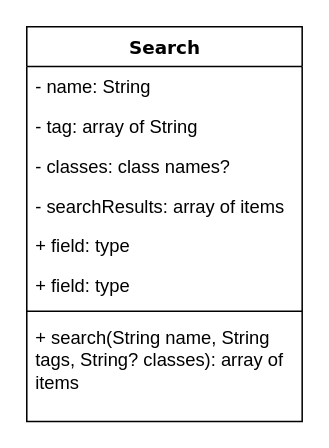
Earlier version of the draw.io diagram Search.drawio (domzerchi/csci-1082-final). Source tidied: cells renumbered, new cells numbered last; positions are measured from the earlier drawing's top-left corner, leaving out a move shared by most shapes. Both pictures are drawn from the tidied source at 153%, with x=0, y=0 at pixel (26, 26).
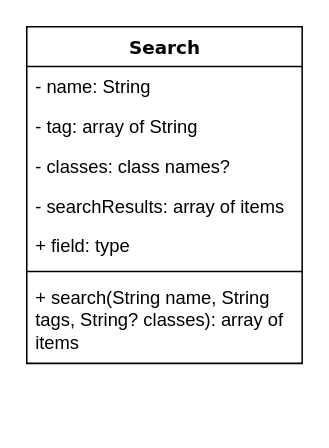
Above is the later version.

Diff of the diagram source:
```diff
@@
 <mxGraphModel background="#ffffff">
   <root>
     <mxCell id="0" />
     <mxCell id="1" parent="0" />
     <mxCell id="2" value="Search" style="swimlane;html=1;fontStyle=1;align=center;verticalAlign=top;horizontal=1;startSize=26;swimlaneFillColor=#ffffff;rounded=0;shadow=0;comic=0;labelBackgroundColor=none;strokeColor=#000000;strokeWidth=1;fillColor=none;fontFamily=Verdana;fontSize=12;fontColor=#000000;" parent="1" vertex="1">
-      <mxGeometry width="180" height="258" as="geometry" />
+      <mxGeometry width="180" height="220" as="geometry" />
     </mxCell>
     <mxCell id="3" value="- name: String" style="text;html=1;strokeColor=none;fillColor=none;align=left;verticalAlign=top;spacingLeft=4;spacingRight=4;whiteSpace=wrap;overflow=hidden;" parent="2" vertex="1">
       <mxGeometry y="26" width="180" height="26" as="geometry" />
     </mxCell>
     <mxCell id="4" value="- tag: array of String" style="text;html=1;strokeColor=none;fillColor=none;align=left;verticalAlign=top;spacingLeft=4;spacingRight=4;whiteSpace=wrap;overflow=hidden;" parent="2" vertex="1">
       <mxGeometry y="52" width="180" height="26" as="geometry" />
     </mxCell>
     <mxCell id="5" value="- classes: class names?" style="text;html=1;strokeColor=none;fillColor=none;align=left;verticalAlign=top;spacingLeft=4;spacingRight=4;whiteSpace=wrap;overflow=hidden;" parent="2" vertex="1">
       <mxGeometry y="78" width="180" height="26" as="geometry" />
     </mxCell>
     <mxCell id="6" value="- searchResults: array of items" style="text;html=1;strokeColor=none;fillColor=none;align=left;verticalAlign=top;spacingLeft=4;spacingRight=4;whiteSpace=wrap;overflow=hidden;" parent="2" vertex="1">
       <mxGeometry y="104" width="180" height="26" as="geometry" />
     </mxCell>
     <mxCell id="7" value="+ field: type" style="text;html=1;strokeColor=none;fillColor=none;align=left;verticalAlign=top;spacingLeft=4;spacingRight=4;whiteSpace=wrap;overflow=hidden;" parent="2" vertex="1">
       <mxGeometry y="130" width="180" height="26" as="geometry" />
     </mxCell>
-    <mxCell id="8" value="+ field: type" style="text;html=1;strokeColor=none;fillColor=none;align=left;verticalAlign=top;spacingLeft=4;spacingRight=4;whiteSpace=wrap;overflow=hidden;" parent="2" vertex="1">
-      <mxGeometry y="156" width="180" height="26" as="geometry" />
-    </mxCell>
     <mxCell id="9" style="line;html=1;strokeWidth=1;fillColor=none;align=left;verticalAlign=middle;spacingTop=-1;spacingLeft=3;spacingRight=3;labelPosition=right;" parent="2" vertex="1">
-      <mxGeometry y="182" width="180" height="8" as="geometry" />
+      <mxGeometry y="156" width="180" height="8" as="geometry" />
     </mxCell>
     <mxCell id="10" value="&lt;div&gt;+ search(String name, String tags, String? classes): array of items&lt;/div&gt;&lt;div&gt;&lt;br&gt;&lt;/div&gt;" style="text;html=1;strokeColor=none;fillColor=none;align=left;verticalAlign=top;spacingLeft=4;spacingRight=4;whiteSpace=wrap;overflow=hidden;" parent="2" vertex="1">
-      <mxGeometry y="190" width="180" height="50" as="geometry" />
+      <mxGeometry y="164" width="180" height="50" as="geometry" />
     </mxCell>
   </root>
 </mxGraphModel>
```
